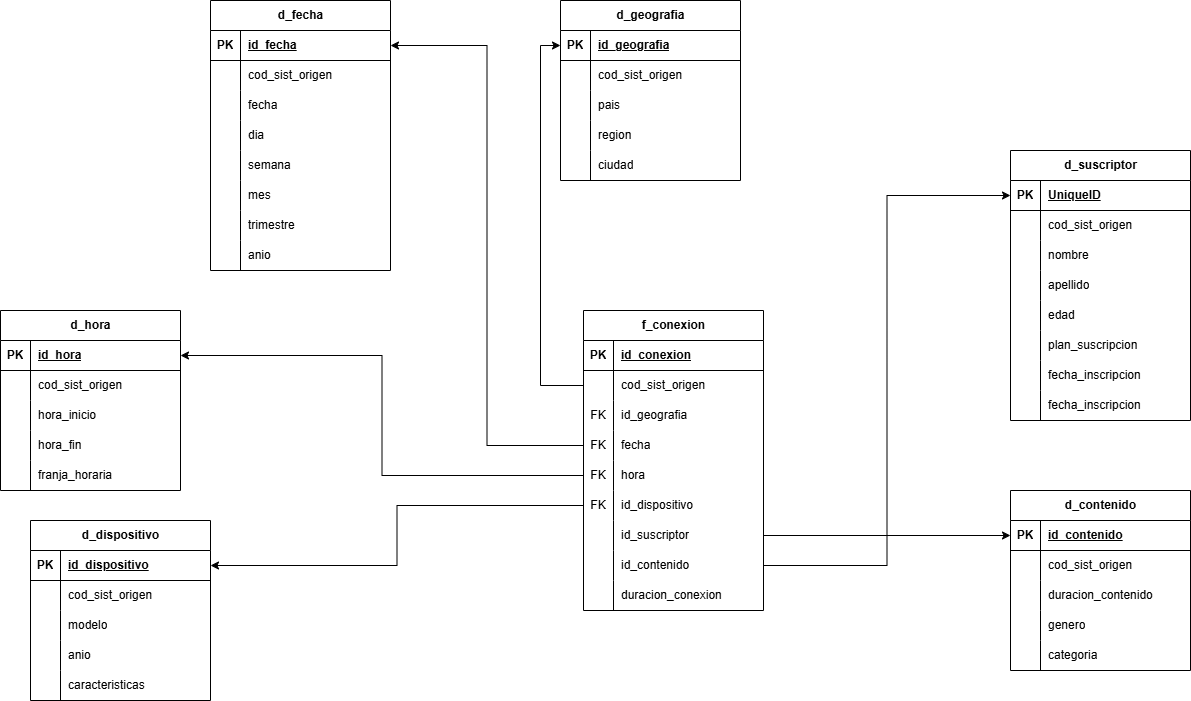
Before: Practica/Ejercicio_8/Ejercicio_8.drawio.png, a diagram exported from draw.io (Ftedp/BBDD2-TUIA). Source tidied: cells renumbered, new cells last; positions are measured from the earlier drawing's top-left corner, leaving out a move shared by most shapes.
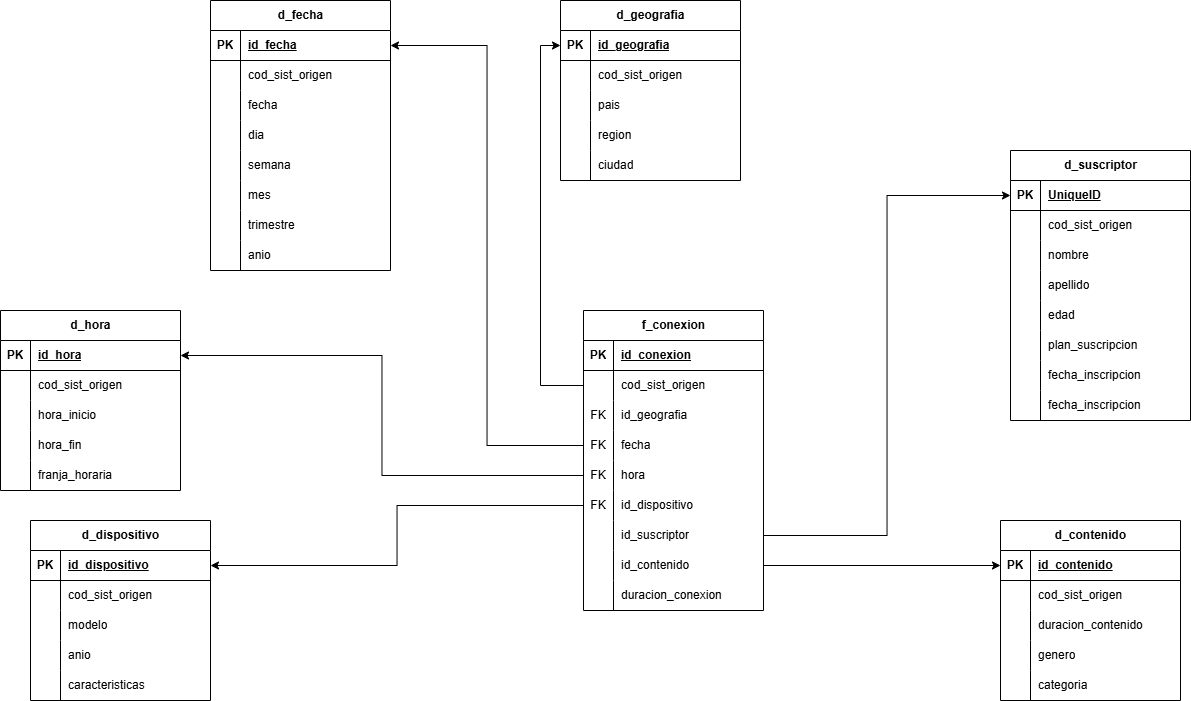
Above is the later version.

Change to the diagram source:
```diff
@@ -258,7 +258,7 @@
       <mxGeometry x="30" width="150" height="30" as="geometry" />
     </mxCell>
     <mxCell id="87" value="d_contenido" style="shape=table;startSize=30;rowLines=0;fontStyle=1;align=center;html=1;" parent="1" vertex="1">
-      <mxGeometry x="1010" y="490" width="180" height="180" as="geometry" />
+      <mxGeometry x="1000" y="520" width="180" height="180" as="geometry" />
     </mxCell>
     <mxCell id="88" style="shape=tableRow;horizontal=0;startSize=0;swimlaneHead=0;swimlaneBody=0;fillColor=none;points=[[0,0.5],[1,0.5]];portConstraint=eastwest;top=0;left=0;right=0;bottom=1;" parent="87" vertex="1">
       <mxGeometry y="30" width="180" height="30" as="geometry" />
@@ -380,7 +380,7 @@
     <mxCell id="127" value="anio" style="shape=partialRectangle;fillColor=none;top=0;left=0;bottom=0;right=0;align=left;spacingLeft=6;overflow=hidden;whiteSpace=wrap;html=1;" parent="125" vertex="1">
       <mxGeometry x="30" width="150" height="30" as="geometry" />
     </mxCell>
-    <mxCell id="128" style="edgeStyle=orthogonalEdgeStyle;rounded=0;jettySize=auto;html=1;exitX=1;exitY=0.5;exitDx=0;exitDy=0;entryX=0;entryY=0.5;entryDx=0;entryDy=0;" parent="1" edge="1" source="37" target="47">
+    <mxCell id="128" style="edgeStyle=orthogonalEdgeStyle;rounded=0;jettySize=auto;html=1;entryX=0;entryY=0.5;entryDx=0;entryDy=0;exitX=1;exitY=0.5;exitDx=0;exitDy=0;" parent="1" edge="1" source="37" target="47">
       <mxGeometry relative="1" as="geometry" />
     </mxCell>
     <mxCell id="129" style="edgeStyle=orthogonalEdgeStyle;rounded=0;jettySize=auto;html=1;exitX=0;exitY=0.5;exitDx=0;exitDy=0;entryX=1;entryY=0.5;entryDx=0;entryDy=0;" parent="1" edge="1" source="28" target="104">
```
